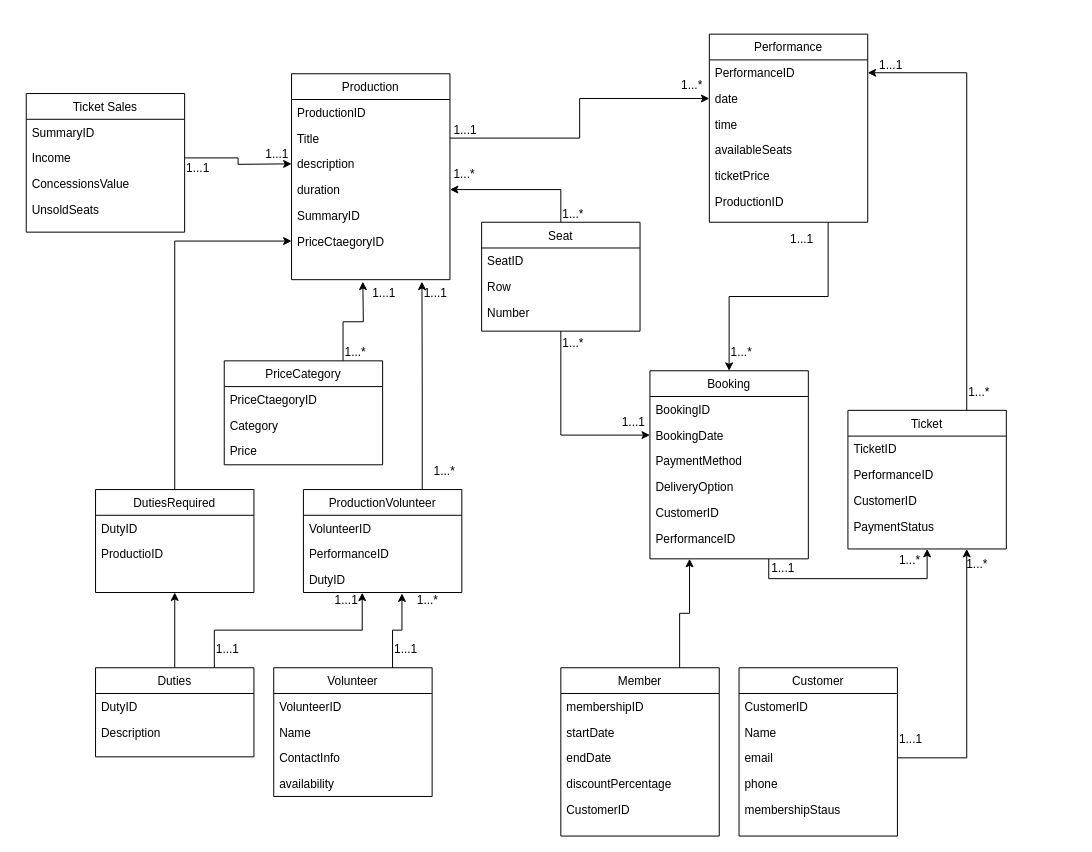
The draw.io diagram Untitled Diagram.drawio in iamheetp/ecomstore, before the edit. Source tidied: cells renumbered, new cells numbered last; positions are measured from the earlier drawing's top-left corner, leaving out a move shared by most shapes. Both pictures are drawn from the tidied source at 99%, with x=0, y=0 at pixel (26, 34).
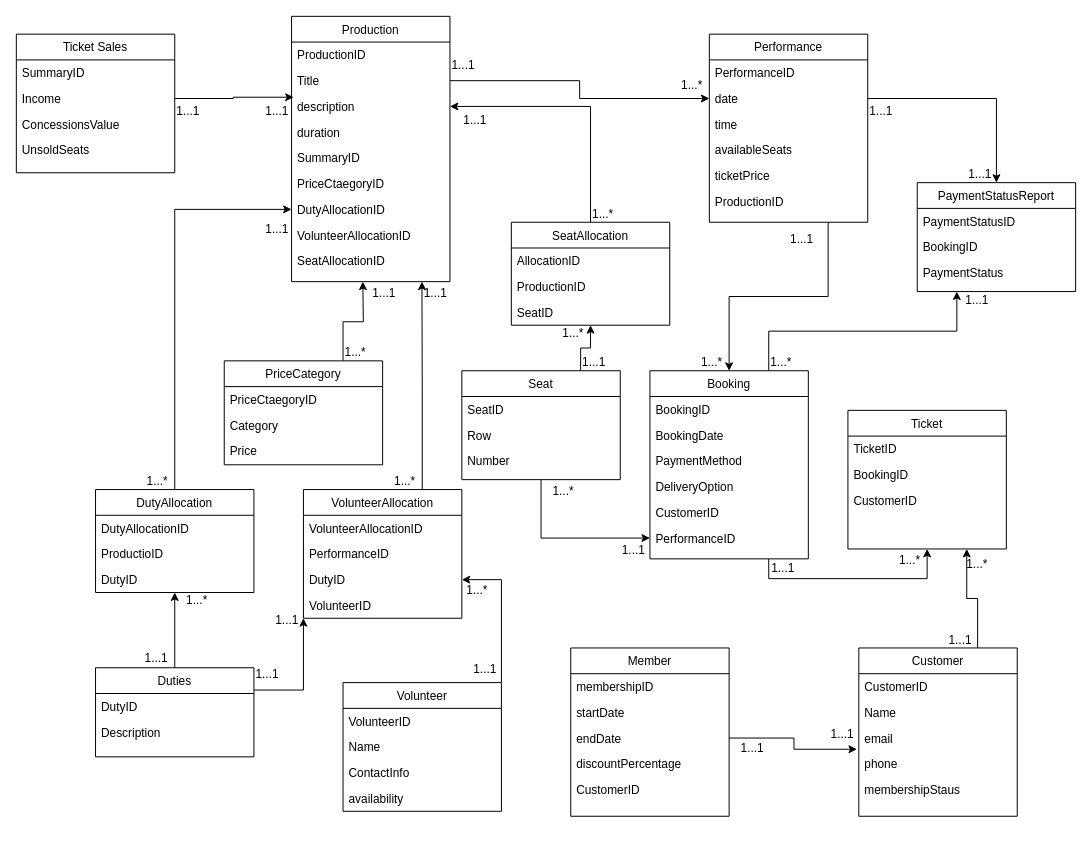
After the change.

The change refers to these unchanged cells:
```xml
<mxCell id="14" value="Booking" style="swimlane;fontStyle=0;align=center;verticalAlign=top;horizontal=1;startSize=26;rounded=0;shadow=0;strokeWidth=1;" parent="1" vertex="1">
  <mxGeometry x="630" y="340" width="160" height="190" as="geometry" />
</mxCell>
<mxCell id="16" value="BookingDate" style="text;align=left;verticalAlign=top;spacingLeft=4;spacingRight=4;overflow=hidden;points=[[0,0.5],[1,0.5]];portConstraint=eastwest;" parent="14" vertex="1">
  <mxGeometry y="52" width="160" height="26" as="geometry" />
</mxCell>
<mxCell id="20" value="PerformanceID" style="text;align=left;verticalAlign=top;spacingLeft=4;spacingRight=4;overflow=hidden;points=[[0,0.5],[1,0.5]];portConstraint=eastwest;" parent="14" vertex="1">
  <mxGeometry y="156" width="160" height="26" as="geometry" />
</mxCell>
<mxCell id="24" value="description" style="text;align=left;verticalAlign=top;spacingLeft=4;spacingRight=4;overflow=hidden;points=[[0,0.5],[1,0.5]];portConstraint=eastwest;rounded=0;shadow=0;html=0;" parent="21" vertex="1">
  <mxGeometry y="78" width="160" height="26" as="geometry" />
</mxCell>
<mxCell id="25" value="duration" style="text;align=left;verticalAlign=top;spacingLeft=4;spacingRight=4;overflow=hidden;points=[[0,0.5],[1,0.5]];portConstraint=eastwest;rounded=0;shadow=0;html=0;" parent="21" vertex="1">
  <mxGeometry y="104" width="160" height="26" as="geometry" />
</mxCell>
<mxCell id="27" value="PriceCtaegoryID" style="text;align=left;verticalAlign=top;spacingLeft=4;spacingRight=4;overflow=hidden;points=[[0,0.5],[1,0.5]];portConstraint=eastwest;rounded=0;shadow=0;html=0;" parent="21" vertex="1">
  <mxGeometry y="156" width="160" height="26" as="geometry" />
</mxCell>
<mxCell id="30" value="PerformanceID" style="text;align=left;verticalAlign=top;spacingLeft=4;spacingRight=4;overflow=hidden;points=[[0,0.5],[1,0.5]];portConstraint=eastwest;" parent="29" vertex="1">
  <mxGeometry y="26" width="160" height="26" as="geometry" />
</mxCell>
<mxCell id="31" value="date" style="text;align=left;verticalAlign=top;spacingLeft=4;spacingRight=4;overflow=hidden;points=[[0,0.5],[1,0.5]];portConstraint=eastwest;rounded=0;shadow=0;html=0;" parent="29" vertex="1">
  <mxGeometry y="52" width="160" height="26" as="geometry" />
</mxCell>
<mxCell id="44" value="Duties" style="swimlane;fontStyle=0;align=center;verticalAlign=top;horizontal=1;startSize=26;rounded=0;shadow=0;strokeWidth=1;" parent="1" vertex="1">
  <mxGeometry x="70" y="640" width="160" height="90" as="geometry" />
</mxCell>
<mxCell id="49" value="Income" style="text;align=left;verticalAlign=top;spacingLeft=4;spacingRight=4;overflow=hidden;points=[[0,0.5],[1,0.5]];portConstraint=eastwest;rounded=0;shadow=0;html=0;" parent="47" vertex="1">
  <mxGeometry y="52" width="160" height="26" as="geometry" />
</mxCell>
<mxCell id="58" value="DutyID" style="text;align=left;verticalAlign=top;spacingLeft=4;spacingRight=4;overflow=hidden;points=[[0,0.5],[1,0.5]];portConstraint=eastwest;rounded=0;shadow=0;html=0;" parent="55" vertex="1">
  <mxGeometry y="78" width="160" height="26" as="geometry" />
</mxCell>
<mxCell id="70" value="endDate" style="text;align=left;verticalAlign=top;spacingLeft=4;spacingRight=4;overflow=hidden;points=[[0,0.5],[1,0.5]];portConstraint=eastwest;rounded=0;shadow=0;html=0;" parent="67" vertex="1">
  <mxGeometry y="78" width="160" height="26" as="geometry" />
</mxCell>
<mxCell id="76" value="email" style="text;align=left;verticalAlign=top;spacingLeft=4;spacingRight=4;overflow=hidden;points=[[0,0.5],[1,0.5]];portConstraint=eastwest;rounded=0;shadow=0;html=0;" parent="73" vertex="1">
  <mxGeometry y="78" width="160" height="26" as="geometry" />
</mxCell>
<mxCell id="80" value="Ticket" style="swimlane;fontStyle=0;align=center;verticalAlign=top;horizontal=1;startSize=26;rounded=0;shadow=0;strokeWidth=1;" parent="1" vertex="1">
  <mxGeometry x="830" y="380" width="160" height="140" as="geometry" />
</mxCell>
```

Diff of the diagram source:
```diff
@@
-    <mxCell id="2" style="edgeStyle=orthogonalEdgeStyle;rounded=0;jettySize=auto;html=1;exitX=0.5;exitY=1;exitDx=0;exitDy=0;entryX=0;entryY=0.5;entryDx=0;entryDy=0;" parent="1" edge="1" source="4" target="16">
-      <mxGeometry relative="1" as="geometry" />
-    </mxCell>
-    <mxCell id="3" style="edgeStyle=orthogonalEdgeStyle;rounded=0;jettySize=auto;html=1;exitX=0.5;exitY=0;exitDx=0;exitDy=0;entryX=1;entryY=0.5;entryDx=0;entryDy=0;" parent="1" edge="1" source="4" target="25">
-      <mxGeometry relative="1" as="geometry" />
-    </mxCell>
+    <mxCell id="107" style="edgeStyle=orthogonalEdgeStyle;rounded=0;jettySize=auto;html=1;exitX=0.5;exitY=1;exitDx=0;exitDy=0;entryX=0;entryY=0.5;entryDx=0;entryDy=0;" parent="1" edge="1" source="4" target="20">
+      <mxGeometry relative="1" as="geometry" />
+    </mxCell>
+    <mxCell id="108" style="edgeStyle=orthogonalEdgeStyle;rounded=0;jettySize=auto;html=1;exitX=0.75;exitY=0;exitDx=0;exitDy=0;entryX=0.5;entryY=1;entryDx=0;entryDy=0;" parent="1" edge="1" source="4" target="119">
+      <mxGeometry relative="1" as="geometry" />
+    </mxCell>
     <mxCell id="4" value="Seat" style="swimlane;fontStyle=0;align=center;verticalAlign=top;horizontal=1;startSize=26;rounded=0;shadow=0;strokeWidth=1;" parent="1" vertex="1">
-      <mxGeometry x="460" y="190" width="160" height="110" as="geometry" />
+      <mxGeometry x="440" y="340" width="160" height="110" as="geometry" />
     </mxCell>
@@
+    <mxCell id="59" style="edgeStyle=orthogonalEdgeStyle;rounded=0;jettySize=auto;html=1;exitX=1;exitY=0;exitDx=0;exitDy=0;entryX=1;entryY=0.5;entryDx=0;entryDy=0;" parent="1" edge="1" source="8" target="58">
+      <mxGeometry relative="1" as="geometry" />
+    </mxCell>
     <mxCell id="8" value="Volunteer" style="swimlane;fontStyle=0;align=center;verticalAlign=top;horizontal=1;startSize=26;rounded=0;shadow=0;strokeWidth=1;" parent="1" vertex="1">
-      <mxGeometry x="250" y="640" width="160" height="130" as="geometry" />
+      <mxGeometry x="320" y="655" width="160" height="130" as="geometry" />
     </mxCell>
@@
+    <mxCell id="109" style="edgeStyle=orthogonalEdgeStyle;rounded=0;jettySize=auto;html=1;exitX=0.75;exitY=0;exitDx=0;exitDy=0;entryX=0.25;entryY=1;entryDx=0;entryDy=0;" parent="1" edge="1" source="14" target="126">
+      <mxGeometry relative="1" as="geometry" />
+    </mxCell>
@@
     <mxCell id="21" value="Production" style="swimlane;fontStyle=0;align=center;verticalAlign=top;horizontal=1;startSize=26;rounded=0;shadow=0;strokeWidth=1;" parent="1" vertex="1">
-      <mxGeometry x="268" y="40" width="160" height="208" as="geometry" />
+      <mxGeometry x="268" y="-18" width="160" height="268" as="geometry" />
     </mxCell>
@@
+    <mxCell id="110" value="DutyAllocationID" style="text;align=left;verticalAlign=top;spacingLeft=4;spacingRight=4;overflow=hidden;points=[[0,0.5],[1,0.5]];portConstraint=eastwest;rounded=0;shadow=0;html=0;" parent="21" vertex="1">
+      <mxGeometry y="182" width="160" height="26" as="geometry" />
+    </mxCell>
+    <mxCell id="111" value="VolunteerAllocationID" style="text;align=left;verticalAlign=top;spacingLeft=4;spacingRight=4;overflow=hidden;rounded=0;shadow=0;html=0;" parent="21" vertex="1">
+      <mxGeometry y="208" width="160" height="26" as="geometry" />
+    </mxCell>
+    <mxCell id="112" value="SeatAllocationID" style="text;align=left;verticalAlign=top;spacingLeft=4;spacingRight=4;overflow=hidden;rounded=0;shadow=0;html=0;" parent="21" vertex="1">
+      <mxGeometry y="234" width="160" height="26" as="geometry" />
+    </mxCell>
@@
     <mxCell id="37" value="1...1" style="align=left;verticalAlign=bottom;labelBackgroundColor=none;fontSize=12;" parent="1" vertex="1">
-      <mxGeometry x="430" y="105.6" as="geometry" />
+      <mxGeometry x="428" y="40" as="geometry" />
     </mxCell>
@@
     <mxCell id="40" value="1...*" style="align=left;verticalAlign=bottom;labelBackgroundColor=none;fontSize=12;" parent="1" vertex="1">
-      <mxGeometry x="710" y="330" as="geometry" />
+      <mxGeometry x="680" y="340" as="geometry" />
     </mxCell>
@@
-    <mxCell id="42" style="edgeStyle=orthogonalEdgeStyle;rounded=0;jettySize=auto;html=1;exitX=0.75;exitY=0;exitDx=0;exitDy=0;entryX=0.371;entryY=1.008;entryDx=0;entryDy=0;entryPerimeter=0;" parent="1" edge="1" source="44" target="58">
-      <mxGeometry relative="1" as="geometry" />
-    </mxCell>
@@
+    <mxCell id="113" style="edgeStyle=orthogonalEdgeStyle;rounded=0;jettySize=auto;html=1;exitX=1;exitY=0.25;exitDx=0;exitDy=0;entryX=0;entryY=1;entryDx=0;entryDy=0;" parent="1" edge="1" source="44" target="55">
+      <mxGeometry relative="1" as="geometry" />
+    </mxCell>
@@
     <mxCell id="47" value="Ticket Sales" style="swimlane;fontStyle=0;align=center;verticalAlign=top;horizontal=1;startSize=26;rounded=0;shadow=0;strokeWidth=1;" parent="1" vertex="1">
-      <mxGeometry y="60" width="160" height="140" as="geometry" />
+      <mxGeometry x="-10" width="160" height="140" as="geometry" />
     </mxCell>
@@
     <mxCell id="52" value="1...1" style="align=left;verticalAlign=bottom;labelBackgroundColor=none;fontSize=12;rotation=0;" parent="1" vertex="1">
-      <mxGeometry x="160" y="144" as="geometry" />
+      <mxGeometry x="150" y="86" as="geometry" />
     </mxCell>
     <mxCell id="53" value="1...1" style="align=left;verticalAlign=bottom;labelBackgroundColor=none;fontSize=12;rotation=0;" parent="1" vertex="1">
-      <mxGeometry x="240" y="130" as="geometry" />
+      <mxGeometry x="240" y="86" as="geometry" />
     </mxCell>
@@
-    <mxCell id="55" value="ProductionVolunteer" style="swimlane;fontStyle=0;align=center;verticalAlign=top;horizontal=1;startSize=26;rounded=0;shadow=0;strokeWidth=1;" parent="1" vertex="1">
-      <mxGeometry x="280" y="460" width="160" height="104" as="geometry" />
+    <mxCell id="55" value="VolunteerAllocation" style="swimlane;fontStyle=0;align=center;verticalAlign=top;horizontal=1;startSize=26;rounded=0;shadow=0;strokeWidth=1;" parent="1" vertex="1">
+      <mxGeometry x="280" y="460" width="160" height="130" as="geometry" />
     </mxCell>
-    <mxCell id="56" value="VolunteerID" style="text;align=left;verticalAlign=top;spacingLeft=4;spacingRight=4;overflow=hidden;" parent="55" vertex="1">
+    <mxCell id="56" value="VolunteerAllocationID" style="text;align=left;verticalAlign=top;spacingLeft=4;spacingRight=4;overflow=hidden;" parent="55" vertex="1">
       <mxGeometry y="26" width="160" height="26" as="geometry" />
     </mxCell>
@@
-    <mxCell id="59" style="edgeStyle=orthogonalEdgeStyle;rounded=0;jettySize=auto;html=1;exitX=0.75;exitY=0;exitDx=0;exitDy=0;entryX=0.622;entryY=1.038;entryDx=0;entryDy=0;entryPerimeter=0;" parent="1" edge="1" source="8" target="58">
-      <mxGeometry relative="1" as="geometry" />
-    </mxCell>
+    <mxCell id="114" value="VolunteerID" style="text;align=left;verticalAlign=top;spacingLeft=4;spacingRight=4;overflow=hidden;rounded=0;shadow=0;html=0;" parent="55" vertex="1">
+      <mxGeometry y="104" width="160" height="26" as="geometry" />
+    </mxCell>
     <mxCell id="60" value="1...*" style="align=left;verticalAlign=bottom;labelBackgroundColor=none;fontSize=12;" parent="1" vertex="1">
-      <mxGeometry x="410" y="450" as="geometry" />
+      <mxGeometry x="370" y="460" as="geometry" />
     </mxCell>
@@
     <mxCell id="62" value="1...*" style="align=left;verticalAlign=bottom;labelBackgroundColor=none;fontSize=12;" parent="1" vertex="1">
-      <mxGeometry x="370" y="450" as="geometry">
+      <mxGeometry x="420" y="440" as="geometry">
         <mxPoint x="23" y="130" as="offset" />
       </mxGeometry>
     </mxCell>
     <mxCell id="63" value="1...1" style="align=left;verticalAlign=bottom;labelBackgroundColor=none;fontSize=12;" parent="1" vertex="1">
-      <mxGeometry x="370" y="630" as="geometry" />
+      <mxGeometry x="450" y="650" as="geometry" />
     </mxCell>
     <mxCell id="64" value="1...1" style="align=left;verticalAlign=bottom;labelBackgroundColor=none;fontSize=12;" parent="1" vertex="1">
-      <mxGeometry x="310" y="580" as="geometry" />
+      <mxGeometry x="250" y="600" as="geometry" />
     </mxCell>
     <mxCell id="65" value="1...1" style="align=left;verticalAlign=bottom;labelBackgroundColor=none;fontSize=12;" parent="1" vertex="1">
-      <mxGeometry x="190" y="630" as="geometry" />
+      <mxGeometry x="230" y="655" as="geometry" />
     </mxCell>
-    <mxCell id="66" style="edgeStyle=orthogonalEdgeStyle;rounded=0;jettySize=auto;html=1;exitX=0.75;exitY=0;exitDx=0;exitDy=0;entryX=0.25;entryY=1;entryDx=0;entryDy=0;" parent="1" edge="1" source="67" target="14">
-      <mxGeometry relative="1" as="geometry" />
-    </mxCell>
     <mxCell id="67" value="Member" style="swimlane;fontStyle=0;align=center;verticalAlign=top;horizontal=1;startSize=26;rounded=0;shadow=0;strokeWidth=1;" parent="1" vertex="1">
-      <mxGeometry x="540" y="640" width="160" height="170" as="geometry" />
+      <mxGeometry x="550" y="620" width="160" height="170" as="geometry" />
     </mxCell>
@@
+    <mxCell id="115" style="edgeStyle=orthogonalEdgeStyle;rounded=0;jettySize=auto;html=1;exitX=0.75;exitY=0;exitDx=0;exitDy=0;entryX=0.75;entryY=1;entryDx=0;entryDy=0;" parent="1" edge="1" source="73" target="80">
+      <mxGeometry relative="1" as="geometry" />
+    </mxCell>
     <mxCell id="73" value="Customer" style="swimlane;fontStyle=0;align=center;verticalAlign=top;horizontal=1;startSize=26;rounded=0;shadow=0;strokeWidth=1;" parent="1" vertex="1">
-      <mxGeometry x="720" y="640" width="160" height="170" as="geometry" />
+      <mxGeometry x="841" y="620" width="160" height="170" as="geometry" />
     </mxCell>
@@
-    <mxCell id="79" style="edgeStyle=orthogonalEdgeStyle;rounded=0;jettySize=auto;html=1;exitX=0.75;exitY=0;exitDx=0;exitDy=0;entryX=1;entryY=0.5;entryDx=0;entryDy=0;" parent="1" edge="1" source="80" target="30">
-      <mxGeometry relative="1" as="geometry" />
-    </mxCell>
@@
-    <mxCell id="82" value="PerformanceID" style="text;align=left;verticalAlign=top;spacingLeft=4;spacingRight=4;overflow=hidden;rounded=0;shadow=0;html=0;" parent="80" vertex="1">
+    <mxCell id="82" value="BookingID" style="text;align=left;verticalAlign=top;spacingLeft=4;spacingRight=4;overflow=hidden;rounded=0;shadow=0;html=0;" parent="80" vertex="1">
       <mxGeometry y="52" width="160" height="26" as="geometry" />
     </mxCell>
@@
-    <mxCell id="84" value="PaymentStatus" style="text;align=left;verticalAlign=top;spacingLeft=4;spacingRight=4;overflow=hidden;rounded=0;shadow=0;html=0;" parent="80" vertex="1">
-      <mxGeometry y="104" width="160" height="26" as="geometry" />
-    </mxCell>
-    <mxCell id="85" style="edgeStyle=orthogonalEdgeStyle;rounded=0;jettySize=auto;html=1;exitX=1;exitY=0.5;exitDx=0;exitDy=0;entryX=0.75;entryY=1;entryDx=0;entryDy=0;" parent="1" edge="1" source="76" target="80">
-      <mxGeometry relative="1" as="geometry" />
-    </mxCell>
-    <mxCell id="86" value="1...*" style="align=left;verticalAlign=bottom;labelBackgroundColor=none;fontSize=12;rotation=0;" parent="1" vertex="1">
-      <mxGeometry x="950" y="370" as="geometry" />
-    </mxCell>
@@
-    <mxCell id="88" value="1...1" style="align=left;verticalAlign=bottom;labelBackgroundColor=none;fontSize=12;" parent="1" vertex="1">
-      <mxGeometry x="860" y="40" as="geometry" />
-    </mxCell>
     <mxCell id="89" value="1...1" style="align=left;verticalAlign=bottom;labelBackgroundColor=none;fontSize=12;" parent="1" vertex="1">
-      <mxGeometry x="880" y="720" as="geometry" />
+      <mxGeometry x="930" y="620" as="geometry" />
     </mxCell>
@@
     <mxCell id="98" value="1...*" style="align=left;verticalAlign=bottom;labelBackgroundColor=none;fontSize=12;" parent="1" vertex="1">
-      <mxGeometry x="540" y="320" as="geometry" />
+      <mxGeometry x="530" y="470" as="geometry" />
     </mxCell>
     <mxCell id="99" value="1...1" style="align=left;verticalAlign=bottom;labelBackgroundColor=none;fontSize=12;" parent="1" vertex="1">
-      <mxGeometry x="600" y="400" as="geometry" />
+      <mxGeometry x="600" y="530" as="geometry" />
     </mxCell>
     <mxCell id="100" value="1...*" style="align=left;verticalAlign=bottom;labelBackgroundColor=none;fontSize=12;" parent="1" vertex="1">
-      <mxGeometry x="430" y="150" as="geometry" />
+      <mxGeometry x="570" y="190" as="geometry" />
     </mxCell>
     <mxCell id="101" value="1...*" style="align=left;verticalAlign=bottom;labelBackgroundColor=none;fontSize=12;" parent="1" vertex="1">
-      <mxGeometry x="540" y="190" as="geometry" />
+      <mxGeometry x="540" y="310" as="geometry" />
     </mxCell>
-    <mxCell id="102" style="edgeStyle=orthogonalEdgeStyle;rounded=0;jettySize=auto;html=1;exitX=1;exitY=0.5;exitDx=0;exitDy=0;entryX=0;entryY=0.5;entryDx=0;entryDy=0;" parent="1" edge="1" source="49">
-      <mxGeometry relative="1" as="geometry">
-        <mxPoint x="268" y="131" as="targetPoint" />
-      </mxGeometry>
-    </mxCell>
-    <mxCell id="103" style="edgeStyle=orthogonalEdgeStyle;rounded=0;jettySize=auto;html=1;exitX=0.5;exitY=0;exitDx=0;exitDy=0;entryX=0;entryY=0.5;entryDx=0;entryDy=0;" parent="1" edge="1" source="104" target="27">
-      <mxGeometry relative="1" as="geometry" />
-    </mxCell>
+    <mxCell id="116" style="edgeStyle=orthogonalEdgeStyle;rounded=0;jettySize=auto;html=1;exitX=0.5;exitY=0;exitDx=0;exitDy=0;entryX=0;entryY=0.5;entryDx=0;entryDy=0;" parent="1" edge="1" source="104" target="110">
+      <mxGeometry relative="1" as="geometry" />
+    </mxCell>
-    <mxCell id="104" value="DutiesRequired" style="swimlane;fontStyle=0;align=center;verticalAlign=top;horizontal=1;startSize=26;rounded=0;shadow=0;strokeWidth=1;" parent="1" vertex="1">
+    <mxCell id="104" value="DutyAllocation" style="swimlane;fontStyle=0;align=center;verticalAlign=top;horizontal=1;startSize=26;rounded=0;shadow=0;strokeWidth=1;" parent="1" vertex="1">
       <mxGeometry x="70" y="460" width="160" height="104" as="geometry" />
     </mxCell>
-    <mxCell id="105" value="DutyID" style="text;align=left;verticalAlign=top;spacingLeft=4;spacingRight=4;overflow=hidden;" parent="104" vertex="1">
+    <mxCell id="105" value="DutyAllocationID" style="text;align=left;verticalAlign=top;spacingLeft=4;spacingRight=4;overflow=hidden;" parent="104" vertex="1">
       <mxGeometry y="26" width="160" height="26" as="geometry" />
     </mxCell>
@@
+    <mxCell id="117" value="DutyID" style="text;align=left;verticalAlign=top;spacingLeft=4;spacingRight=4;overflow=hidden;rounded=0;shadow=0;html=0;" parent="104" vertex="1">
+      <mxGeometry y="78" width="160" height="26" as="geometry" />
+    </mxCell>
+    <mxCell id="118" style="edgeStyle=orthogonalEdgeStyle;rounded=0;jettySize=auto;html=1;exitX=0.5;exitY=0;exitDx=0;exitDy=0;entryX=1;entryY=0.5;entryDx=0;entryDy=0;" parent="1" edge="1" source="119" target="24">
+      <mxGeometry relative="1" as="geometry" />
+    </mxCell>
+    <mxCell id="119" value="SeatAllocation" style="swimlane;fontStyle=0;align=center;verticalAlign=top;horizontal=1;startSize=26;rounded=0;shadow=0;strokeWidth=1;" parent="1" vertex="1">
+      <mxGeometry x="490" y="190" width="160" height="104" as="geometry" />
+    </mxCell>
+    <mxCell id="120" value="AllocationID" style="text;align=left;verticalAlign=top;spacingLeft=4;spacingRight=4;overflow=hidden;" parent="119" vertex="1">
+      <mxGeometry y="26" width="160" height="26" as="geometry" />
+    </mxCell>
+    <mxCell id="121" value="ProductionID" style="text;align=left;verticalAlign=top;spacingLeft=4;spacingRight=4;overflow=hidden;rounded=0;shadow=0;html=0;" parent="119" vertex="1">
+      <mxGeometry y="52" width="160" height="26" as="geometry" />
+    </mxCell>
+    <mxCell id="122" value="SeatID" style="text;align=left;verticalAlign=top;spacingLeft=4;spacingRight=4;overflow=hidden;" parent="119" vertex="1">
+      <mxGeometry y="78" width="160" height="26" as="geometry" />
+    </mxCell>
+    <mxCell id="123" value="1...1" style="align=left;verticalAlign=bottom;labelBackgroundColor=none;fontSize=12;" parent="1" vertex="1">
+      <mxGeometry x="440" y="95" as="geometry" />
+    </mxCell>
+    <mxCell id="124" value="1...1" style="align=left;verticalAlign=bottom;labelBackgroundColor=none;fontSize=12;" parent="1" vertex="1">
+      <mxGeometry x="560" y="340" as="geometry" />
+    </mxCell>
+    <mxCell id="125" style="edgeStyle=orthogonalEdgeStyle;rounded=0;jettySize=auto;html=1;exitX=1;exitY=0.5;exitDx=0;exitDy=0;entryX=0.013;entryY=0.143;entryDx=0;entryDy=0;entryPerimeter=0;" parent="1" edge="1" source="49" target="24">
+      <mxGeometry relative="1" as="geometry" />
+    </mxCell>
+    <mxCell id="126" value="PaymentStatusReport" style="swimlane;fontStyle=0;align=center;verticalAlign=top;horizontal=1;startSize=26;rounded=0;shadow=0;strokeWidth=1;" parent="1" vertex="1">
+      <mxGeometry x="900" y="150" width="160" height="110" as="geometry" />
+    </mxCell>
+    <mxCell id="127" value="PaymentStatusID" style="text;align=left;verticalAlign=top;spacingLeft=4;spacingRight=4;overflow=hidden;" parent="126" vertex="1">
+      <mxGeometry y="26" width="160" height="26" as="geometry" />
+    </mxCell>
+    <mxCell id="128" value="BookingID" style="text;align=left;verticalAlign=top;spacingLeft=4;spacingRight=4;overflow=hidden;rounded=0;shadow=0;html=0;" parent="126" vertex="1">
+      <mxGeometry y="52" width="160" height="26" as="geometry" />
+    </mxCell>
+    <mxCell id="84" value="PaymentStatus" style="text;align=left;verticalAlign=top;spacingLeft=4;spacingRight=4;overflow=hidden;rounded=0;shadow=0;html=0;" parent="126" vertex="1">
+      <mxGeometry y="78" width="160" height="26" as="geometry" />
+    </mxCell>
+    <mxCell id="129" style="edgeStyle=orthogonalEdgeStyle;rounded=0;jettySize=auto;html=1;exitX=1;exitY=0.5;exitDx=0;exitDy=0;" parent="1" edge="1" source="31" target="126">
+      <mxGeometry relative="1" as="geometry" />
+    </mxCell>
+    <mxCell id="130" style="edgeStyle=orthogonalEdgeStyle;rounded=0;jettySize=auto;html=1;exitX=1;exitY=0.5;exitDx=0;exitDy=0;entryX=-0.012;entryY=0.934;entryDx=0;entryDy=0;entryPerimeter=0;" parent="1" edge="1" source="70" target="76">
+      <mxGeometry relative="1" as="geometry" />
+    </mxCell>
+    <mxCell id="131" value="1...1" style="align=left;verticalAlign=bottom;labelBackgroundColor=none;fontSize=12;" parent="1" vertex="1">
+      <mxGeometry x="600" y="530" as="geometry">
+        <mxPoint x="211" y="185" as="offset" />
+      </mxGeometry>
+    </mxCell>
+    <mxCell id="132" value="1...1" style="align=left;verticalAlign=bottom;labelBackgroundColor=none;fontSize=12;" parent="1" vertex="1">
+      <mxGeometry x="720" y="730" as="geometry" />
+    </mxCell>
+    <mxCell id="133" value="1...*" style="align=left;verticalAlign=bottom;labelBackgroundColor=none;fontSize=12;" parent="1" vertex="1">
+      <mxGeometry x="120" y="460" as="geometry" />
+    </mxCell>
+    <mxCell id="134" value="1...*" style="align=left;verticalAlign=bottom;labelBackgroundColor=none;fontSize=12;" parent="1" vertex="1">
+      <mxGeometry x="160" y="580" as="geometry" />
+    </mxCell>
+    <mxCell id="135" value="1...1" style="align=left;verticalAlign=bottom;labelBackgroundColor=none;fontSize=12;" parent="1" vertex="1">
+      <mxGeometry x="240" y="205" as="geometry" />
+    </mxCell>
+    <mxCell id="136" value="1...1" style="align=left;verticalAlign=bottom;labelBackgroundColor=none;fontSize=12;" parent="1" vertex="1">
+      <mxGeometry x="630" y="460" as="geometry">
+        <mxPoint x="-512" y="179" as="offset" />
+      </mxGeometry>
+    </mxCell>
+    <mxCell id="137" value="1...1" style="align=left;verticalAlign=bottom;labelBackgroundColor=none;fontSize=12;" parent="1" vertex="1">
+      <mxGeometry x="850" y="86" as="geometry" />
+    </mxCell>
+    <mxCell id="138" value="1...1" style="align=left;verticalAlign=bottom;labelBackgroundColor=none;fontSize=12;" parent="1" vertex="1">
+      <mxGeometry x="950" y="150" as="geometry" />
+    </mxCell>
+    <mxCell id="139" value="1...*" style="align=left;verticalAlign=bottom;labelBackgroundColor=none;fontSize=12;" parent="1" vertex="1">
+      <mxGeometry x="750" y="340" as="geometry" />
+    </mxCell>
+    <mxCell id="140" value="1...1" style="align=left;verticalAlign=bottom;labelBackgroundColor=none;fontSize=12;" parent="1" vertex="1">
+      <mxGeometry x="780" y="230" as="geometry">
+        <mxPoint x="167" y="47" as="offset" />
+      </mxGeometry>
+    </mxCell>
```
